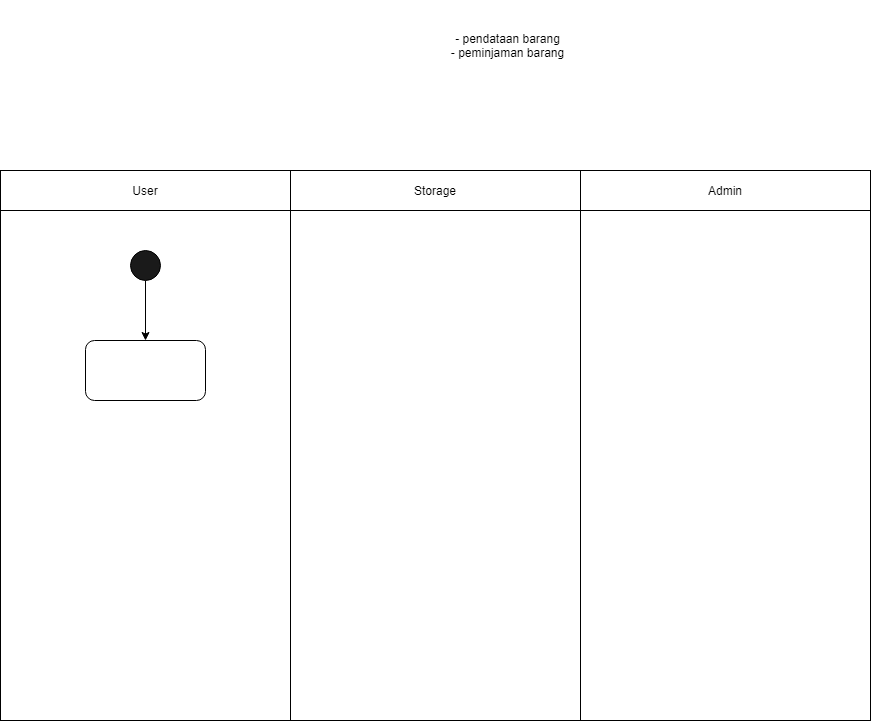
The draw.io diagram diagrams/Activity Diagram.drawio.png in johannfac/aplikasipeminjamanaset, before a commit. Source tidied: cells renumbered, new cells last; positions are measured from the earlier drawing's top-left corner, leaving out a move shared by most shapes. Source of this version:
```xml
<mxGraphModel>
  <root>
    <mxCell id="0" />
    <mxCell id="1" parent="0" />
    <mxCell id="2" style="rounded=0;whiteSpace=wrap;html=1;fillColor=#FFFFFF;" parent="1" vertex="1">
      <mxGeometry x="290" y="210" width="290" height="510" as="geometry" />
    </mxCell>
    <mxCell id="3" style="rounded=0;whiteSpace=wrap;html=1;fillColor=#FFFFFF;" parent="1" vertex="1">
      <mxGeometry y="210" width="290" height="510" as="geometry" />
    </mxCell>
    <mxCell id="4" style="edgeStyle=orthogonalEdgeStyle;rounded=0;jettySize=auto;html=1;exitX=0.5;exitY=1;exitDx=0;exitDy=0;" parent="1" edge="1" source="5" target="6">
      <mxGeometry relative="1" as="geometry" />
    </mxCell>
    <mxCell id="5" style="ellipse;whiteSpace=wrap;html=1;fillColor=#1A1A1A;" parent="1" vertex="1">
      <mxGeometry x="130" y="250" width="30" height="30" as="geometry" />
    </mxCell>
    <mxCell id="6" style="rounded=1;whiteSpace=wrap;html=1;fillColor=#FFFFFF;" parent="1" vertex="1">
      <mxGeometry x="85" y="340" width="120" height="60" as="geometry" />
    </mxCell>
    <mxCell id="7" value="- pendataan barang&lt;br&gt;- peminjaman barang" style="text;html=1;strokeColor=none;fillColor=none;align=center;verticalAlign=middle;whiteSpace=wrap;rounded=0;" parent="1" vertex="1">
      <mxGeometry x="440" width="135" height="90" as="geometry" />
    </mxCell>
    <mxCell id="8" value="User" style="rounded=0;whiteSpace=wrap;html=1;fillColor=#FFFFFF;" parent="1" vertex="1">
      <mxGeometry y="170" width="290" height="40" as="geometry" />
    </mxCell>
    <mxCell id="9" value="Storage" style="rounded=0;whiteSpace=wrap;html=1;fillColor=#FFFFFF;" parent="1" vertex="1">
      <mxGeometry x="290" y="170" width="290" height="40" as="geometry" />
    </mxCell>
    <mxCell id="10" value="Admin" style="rounded=0;whiteSpace=wrap;html=1;fillColor=#FFFFFF;" parent="1" vertex="1">
      <mxGeometry x="580" y="170" width="290" height="40" as="geometry" />
    </mxCell>
    <mxCell id="11" style="rounded=0;whiteSpace=wrap;html=1;fillColor=#FFFFFF;" parent="1" vertex="1">
      <mxGeometry x="580" y="210" width="290" height="510" as="geometry" />
    </mxCell>
  </root>
</mxGraphModel>
```
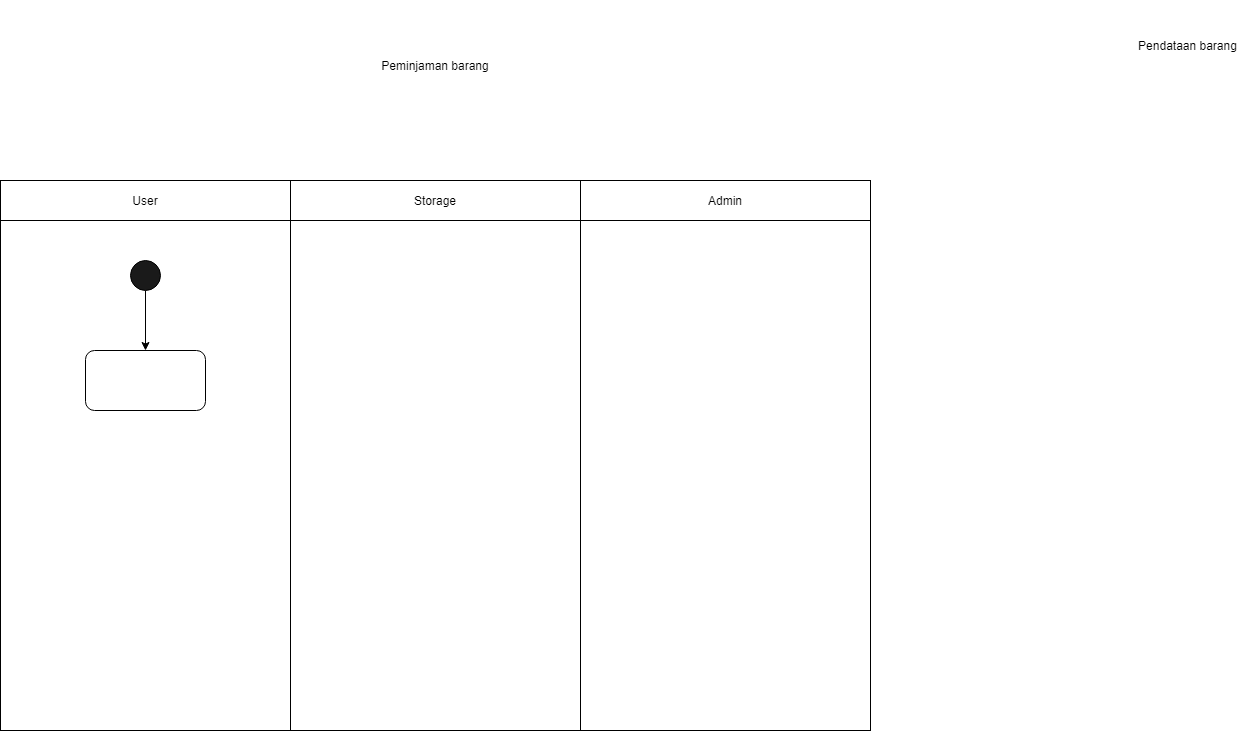
The same diagram one commit later.

Diff of the diagram source:
```diff
@@ -17,8 +17,8 @@
     <mxCell id="6" style="rounded=1;whiteSpace=wrap;html=1;fillColor=#FFFFFF;" parent="1" vertex="1">
       <mxGeometry x="85" y="340" width="120" height="60" as="geometry" />
     </mxCell>
-    <mxCell id="7" value="- pendataan barang&lt;br&gt;- peminjaman barang" style="text;html=1;strokeColor=none;fillColor=none;align=center;verticalAlign=middle;whiteSpace=wrap;rounded=0;" parent="1" vertex="1">
-      <mxGeometry x="440" width="135" height="90" as="geometry" />
+    <mxCell id="7" value="Pendataan barang" style="text;html=1;strokeColor=none;fillColor=none;align=center;verticalAlign=middle;whiteSpace=wrap;rounded=0;" parent="1" vertex="1">
+      <mxGeometry x="1120" y="-10" width="135" height="90" as="geometry" />
     </mxCell>
     <mxCell id="8" value="User" style="rounded=0;whiteSpace=wrap;html=1;fillColor=#FFFFFF;" parent="1" vertex="1">
       <mxGeometry y="170" width="290" height="40" as="geometry" />
@@ -32,5 +32,8 @@
     <mxCell id="11" style="rounded=0;whiteSpace=wrap;html=1;fillColor=#FFFFFF;" parent="1" vertex="1">
       <mxGeometry x="580" y="210" width="290" height="510" as="geometry" />
     </mxCell>
+    <mxCell id="12" value="Peminjaman barang" style="text;html=1;strokeColor=none;fillColor=none;align=center;verticalAlign=middle;whiteSpace=wrap;rounded=0;" parent="1" vertex="1">
+      <mxGeometry x="315" y="-10" width="240" height="130" as="geometry" />
+    </mxCell>
   </root>
 </mxGraphModel>
```
